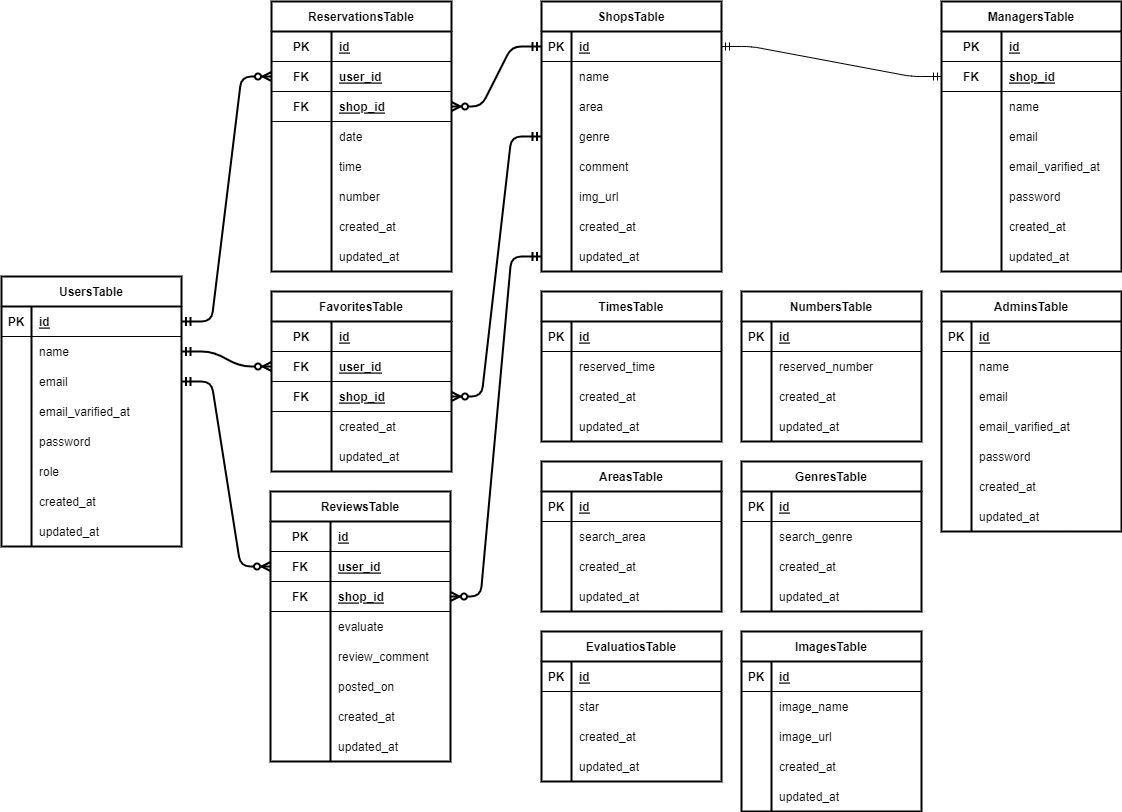
Before: rese.drawio.png, a diagram exported from draw.io (basstuba/rese). Source tidied: cells renumbered, new cells last; positions are measured from the earlier drawing's top-left corner, leaving out a move shared by most shapes.
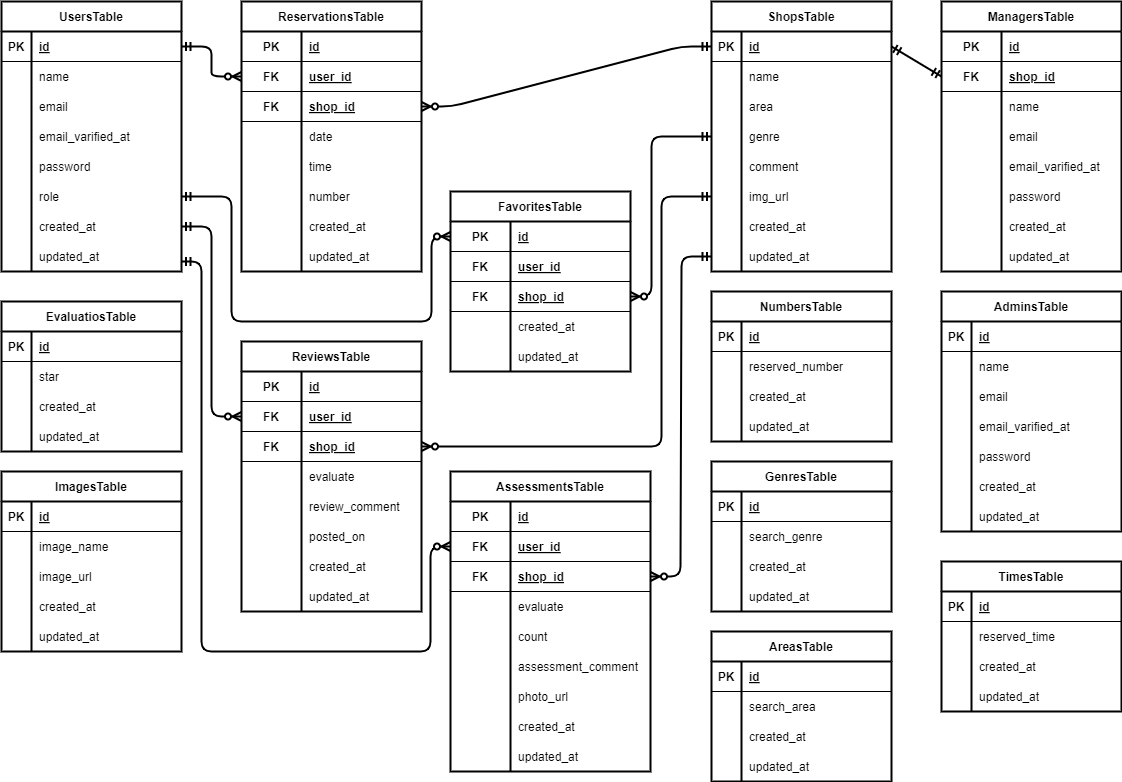
Later version of the same file.

The edit, as a diff of the source:
```diff
@@ -3,7 +3,7 @@
     <mxCell id="0" />
     <mxCell id="1" parent="0" />
     <mxCell id="2" value="ShopsTable" style="shape=table;startSize=30;rowLines=0;fontStyle=1;align=center;swimlaneFillColor=default;strokeWidth=2;" parent="1" vertex="1">
-      <mxGeometry x="540" width="180" height="270" as="geometry" />
+      <mxGeometry x="710" width="180" height="270" as="geometry" />
     </mxCell>
     <mxCell id="3" style="shape=tableRow;horizontal=0;startSize=0;swimlaneHead=0;swimlaneBody=0;fillColor=none;points=[[0,0.5],[1,0.5]];portConstraint=eastwest;top=0;left=0;right=0;bottom=1;" parent="2" vertex="1">
       <mxGeometry y="30" width="180" height="30" as="geometry" />
@@ -78,7 +78,7 @@
       <mxGeometry x="30" width="150" height="30" as="geometry" />
     </mxCell>
     <mxCell id="27" value="ReservationsTable" style="shape=table;startSize=30;rowLines=0;fontStyle=1;align=center;swimlaneFillColor=default;strokeWidth=2;" parent="1" vertex="1">
-      <mxGeometry x="270" width="180" height="270" as="geometry" />
+      <mxGeometry x="240" width="180" height="270" as="geometry" />
     </mxCell>
     <mxCell id="28" style="shape=tableRow;horizontal=0;startSize=0;swimlaneHead=0;swimlaneBody=0;fillColor=none;top=0;left=0;right=0;bottom=1;" parent="27" vertex="1">
       <mxGeometry y="30" width="180" height="30" as="geometry" />
@@ -153,7 +153,7 @@
       <mxGeometry x="60" width="120" height="30" as="geometry" />
     </mxCell>
     <mxCell id="52" value="UsersTable" style="shape=table;startSize=30;rowLines=0;fontStyle=1;align=center;swimlaneFillColor=default;strokeWidth=2;" parent="1" vertex="1">
-      <mxGeometry y="275" width="180" height="270" as="geometry" />
+      <mxGeometry width="180" height="270" as="geometry" />
     </mxCell>
     <mxCell id="53" style="shape=tableRow;horizontal=0;startSize=0;swimlaneHead=0;swimlaneBody=0;fillColor=none;points=[[0,0.5],[1,0.5]];portConstraint=eastwest;top=0;left=0;right=0;bottom=1;" parent="52" vertex="1">
       <mxGeometry y="30" width="180" height="30" as="geometry" />
@@ -228,7 +228,7 @@
       <mxGeometry x="30" width="150" height="30" as="geometry" />
     </mxCell>
     <mxCell id="77" value="FavoritesTable" style="shape=table;startSize=30;rowLines=0;fontStyle=1;align=center;swimlaneFillColor=default;strokeWidth=2;" parent="1" vertex="1">
-      <mxGeometry x="270" y="290" width="180" height="180" as="geometry" />
+      <mxGeometry x="449" y="190" width="180" height="180" as="geometry" />
     </mxCell>
     <mxCell id="78" style="shape=tableRow;horizontal=0;startSize=0;swimlaneHead=0;swimlaneBody=0;fillColor=none;points=[[0,0.5],[1,0.5]];portConstraint=eastwest;top=0;left=0;right=0;bottom=1;" parent="77" vertex="1">
       <mxGeometry y="30" width="180" height="30" as="geometry" />
@@ -276,7 +276,7 @@
       <mxGeometry x="60" width="120" height="30" as="geometry" />
     </mxCell>
     <mxCell id="93" value="AreasTable" style="shape=table;startSize=30;rowLines=0;fontStyle=1;align=center;swimlaneFillColor=default;strokeWidth=2;" parent="1" vertex="1">
-      <mxGeometry x="540" y="460" width="180" height="150" as="geometry" />
+      <mxGeometry x="710" y="630" width="180" height="150" as="geometry" />
     </mxCell>
     <mxCell id="94" style="shape=tableRow;horizontal=0;startSize=0;swimlaneHead=0;swimlaneBody=0;fillColor=none;top=0;left=0;right=0;bottom=1;" parent="93" vertex="1">
       <mxGeometry y="30" width="180" height="30" as="geometry" />
@@ -315,7 +315,7 @@
       <mxGeometry x="30" width="150" height="30" as="geometry" />
     </mxCell>
     <mxCell id="106" value="GenresTable" style="shape=table;startSize=30;rowLines=0;fontStyle=1;align=center;swimlaneFillColor=default;strokeWidth=2;" parent="1" vertex="1">
-      <mxGeometry x="740" y="460" width="180" height="150" as="geometry" />
+      <mxGeometry x="710" y="460" width="180" height="150" as="geometry" />
     </mxCell>
     <mxCell id="107" style="shape=tableRow;horizontal=0;startSize=0;swimlaneHead=0;swimlaneBody=0;fillColor=none;top=0;left=0;right=0;bottom=1;" parent="106" vertex="1">
       <mxGeometry y="30" width="180" height="30" as="geometry" />
@@ -354,7 +354,7 @@
       <mxGeometry x="30" width="150" height="30" as="geometry" />
     </mxCell>
     <mxCell id="119" value="TimesTable" style="shape=table;startSize=30;rowLines=0;fontStyle=1;align=center;swimlaneFillColor=default;strokeWidth=2;" parent="1" vertex="1">
-      <mxGeometry x="540" y="290" width="180" height="150" as="geometry" />
+      <mxGeometry x="940" y="560" width="180" height="150" as="geometry" />
     </mxCell>
     <mxCell id="120" style="shape=tableRow;horizontal=0;startSize=0;swimlaneHead=0;swimlaneBody=0;fillColor=none;top=0;left=0;right=0;bottom=1;" parent="119" vertex="1">
       <mxGeometry y="30" width="180" height="30" as="geometry" />
@@ -393,7 +393,7 @@
       <mxGeometry x="30" width="150" height="30" as="geometry" />
     </mxCell>
     <mxCell id="132" value="NumbersTable" style="shape=table;startSize=30;rowLines=0;fontStyle=1;align=center;swimlaneFillColor=default;strokeWidth=2;" parent="1" vertex="1">
-      <mxGeometry x="740" y="290" width="180" height="150" as="geometry" />
+      <mxGeometry x="710" y="290" width="180" height="150" as="geometry" />
     </mxCell>
     <mxCell id="133" style="shape=tableRow;horizontal=0;startSize=0;swimlaneHead=0;swimlaneBody=0;fillColor=none;top=0;left=0;right=0;bottom=1;" parent="132" vertex="1">
       <mxGeometry y="30" width="180" height="30" as="geometry" />
@@ -434,17 +434,29 @@
     <mxCell id="145" style="edgeStyle=entityRelationEdgeStyle;fontSize=12;html=1;endArrow=ERzeroToMany;startArrow=ERmandOne;fontFamily=Helvetica;fontColor=default;startSize=6;entryX=0;entryY=0.5;entryDx=0;entryDy=0;strokeWidth=2;exitX=1;exitY=0.5;exitDx=0;exitDy=0;" parent="1" edge="1" source="53" target="31">
       <mxGeometry relative="1" as="geometry" />
     </mxCell>
-    <mxCell id="146" style="fontSize=12;html=1;endArrow=ERzeroToMany;startArrow=ERmandOne;fontFamily=Helvetica;fontColor=default;startSize=6;entryX=0;entryY=0.5;entryDx=0;entryDy=0;fontStyle=0;startFill=0;strokeWidth=2;edgeStyle=entityRelationEdgeStyle;exitX=1;exitY=0.5;exitDx=0;exitDy=0;" parent="1" edge="1" source="56" target="81">
-      <mxGeometry relative="1" as="geometry" />
+    <mxCell id="146" style="fontSize=12;html=1;endArrow=ERzeroToMany;startArrow=ERmandOne;fontFamily=Helvetica;fontColor=default;startSize=6;fontStyle=0;startFill=0;strokeWidth=2;edgeStyle=orthogonalEdgeStyle;exitX=1;exitY=0.5;exitDx=0;exitDy=0;elbow=vertical;entryX=0;entryY=0.5;entryDx=0;entryDy=0;" parent="1" edge="1" source="68" target="78">
+      <mxGeometry relative="1" as="geometry">
+        <Array as="points">
+          <mxPoint x="230" y="195" />
+          <mxPoint x="230" y="320" />
+          <mxPoint x="430" y="320" />
+          <mxPoint x="430" y="235" />
+        </Array>
+      </mxGeometry>
     </mxCell>
     <mxCell id="147" style="fontSize=12;html=1;endArrow=ERzeroToMany;startArrow=ERmandOne;strokeWidth=2;fontFamily=Helvetica;fontColor=default;startSize=6;entryX=1;entryY=0.5;entryDx=0;entryDy=0;exitX=0;exitY=0.5;exitDx=0;exitDy=0;edgeStyle=entityRelationEdgeStyle;" parent="1" edge="1" source="3" target="34">
       <mxGeometry relative="1" as="geometry" />
     </mxCell>
-    <mxCell id="148" style="fontSize=12;html=1;endArrow=ERzeroToMany;startArrow=ERmandOne;strokeWidth=2;fontFamily=Helvetica;fontColor=default;startSize=6;exitX=0;exitY=0.5;exitDx=0;exitDy=0;entryX=1;entryY=0.5;entryDx=0;entryDy=0;edgeStyle=entityRelationEdgeStyle;" parent="1" edge="1" source="12" target="84">
-      <mxGeometry relative="1" as="geometry" />
+    <mxCell id="148" style="fontSize=12;html=1;endArrow=ERzeroToMany;startArrow=ERmandOne;strokeWidth=2;fontFamily=Helvetica;fontColor=default;startSize=6;exitX=0;exitY=0.5;exitDx=0;exitDy=0;entryX=1;entryY=0.5;entryDx=0;entryDy=0;edgeStyle=orthogonalEdgeStyle;" parent="1" edge="1" source="12" target="84">
+      <mxGeometry relative="1" as="geometry">
+        <Array as="points">
+          <mxPoint x="650" y="135" />
+          <mxPoint x="650" y="295" />
+        </Array>
+      </mxGeometry>
     </mxCell>
     <mxCell id="149" value="EvaluatiosTable" style="shape=table;startSize=30;rowLines=0;fontStyle=1;align=center;swimlaneFillColor=default;strokeWidth=2;" parent="1" vertex="1">
-      <mxGeometry x="540" y="630" width="180" height="150" as="geometry" />
+      <mxGeometry y="300" width="180" height="150" as="geometry" />
     </mxCell>
     <mxCell id="150" style="shape=tableRow;horizontal=0;startSize=0;swimlaneHead=0;swimlaneBody=0;fillColor=none;top=0;left=0;right=0;bottom=1;" parent="149" vertex="1">
       <mxGeometry y="30" width="180" height="30" as="geometry" />
@@ -483,14 +495,14 @@
       <mxGeometry x="30" width="150" height="30" as="geometry" />
     </mxCell>
     <mxCell id="162" value="ReviewsTable" style="shape=table;startSize=30;rowLines=0;fontStyle=1;align=center;swimlaneFillColor=default;strokeWidth=2;" parent="1" vertex="1">
-      <mxGeometry x="269" y="490" width="180" height="270" as="geometry" />
+      <mxGeometry x="240" y="340" width="180" height="270" as="geometry" />
     </mxCell>
     <mxCell id="163" style="shape=tableRow;horizontal=0;startSize=0;swimlaneHead=0;swimlaneBody=0;fillColor=none;top=0;left=0;right=0;bottom=1;" parent="162" vertex="1">
       <mxGeometry y="30" width="180" height="30" as="geometry" />
     </mxCell>
-    <mxCell id="164" value="PK" style="shape=partialRectangle;fillColor=none;top=0;left=0;bottom=0;right=0;fontStyle=1;overflow=hidden;" parent="163" vertex="1">
-      <mxGeometry width="60" height="30" as="geometry" />
-    </mxCell>
+    <mxCell id="253" value="PK" style="shape=partialRectangle;fillColor=none;top=0;left=0;bottom=0;right=0;fontStyle=1;overflow=hidden;" parent="163" vertex="1">
+      <mxGeometry width="60" height="30" as="geometry" />
+    </mxCell>
     <mxCell id="165" value="id" style="shape=partialRectangle;fillColor=none;top=0;left=0;bottom=0;right=0;align=left;spacingLeft=6;fontStyle=5;overflow=hidden;" parent="163" vertex="1">
       <mxGeometry x="60" width="120" height="30" as="geometry" />
     </mxCell>
@@ -557,14 +569,19 @@
     <mxCell id="186" value="updated_at" style="shape=partialRectangle;fillColor=none;top=0;left=0;bottom=0;right=0;align=left;spacingLeft=6;fontStyle=0;overflow=hidden;" parent="184" vertex="1">
       <mxGeometry x="60" width="120" height="30" as="geometry" />
     </mxCell>
-    <mxCell id="187" style="edgeStyle=entityRelationEdgeStyle;fontSize=12;html=1;endArrow=ERzeroToMany;startArrow=ERmandOne;exitX=1;exitY=0.5;exitDx=0;exitDy=0;entryX=0;entryY=0.5;entryDx=0;entryDy=0;strokeWidth=2;" parent="1" edge="1" source="59" target="166">
+    <mxCell id="187" style="edgeStyle=entityRelationEdgeStyle;fontSize=12;html=1;endArrow=ERzeroToMany;startArrow=ERmandOne;exitX=1;exitY=0.5;exitDx=0;exitDy=0;entryX=0;entryY=0.5;entryDx=0;entryDy=0;strokeWidth=2;" parent="1" edge="1" source="71" target="166">
       <mxGeometry relative="1" as="geometry" />
     </mxCell>
-    <mxCell id="188" style="fontSize=12;html=1;endArrow=ERzeroToMany;startArrow=ERmandOne;strokeWidth=2;exitX=0;exitY=0.5;exitDx=0;exitDy=0;entryX=1;entryY=0.5;entryDx=0;entryDy=0;edgeStyle=entityRelationEdgeStyle;" parent="1" edge="1" source="24" target="169">
-      <mxGeometry relative="1" as="geometry" />
+    <mxCell id="188" style="fontSize=12;html=1;endArrow=ERzeroToMany;startArrow=ERmandOne;strokeWidth=2;exitX=0;exitY=0.5;exitDx=0;exitDy=0;edgeStyle=orthogonalEdgeStyle;entryX=1;entryY=0.5;entryDx=0;entryDy=0;" parent="1" edge="1" source="18" target="169">
+      <mxGeometry relative="1" as="geometry">
+        <Array as="points">
+          <mxPoint x="660" y="195" />
+          <mxPoint x="660" y="445" />
+        </Array>
+      </mxGeometry>
     </mxCell>
     <mxCell id="189" value="ImagesTable" style="shape=table;startSize=30;rowLines=0;fontStyle=1;align=center;swimlaneFillColor=default;strokeWidth=2;" parent="1" vertex="1">
-      <mxGeometry x="740" y="630" width="180" height="180" as="geometry" />
+      <mxGeometry y="470" width="180" height="180" as="geometry" />
     </mxCell>
     <mxCell id="190" style="shape=tableRow;horizontal=0;startSize=0;swimlaneHead=0;swimlaneBody=0;fillColor=none;top=0;left=0;right=0;bottom=1;" parent="189" vertex="1">
       <mxGeometry y="30" width="180" height="30" as="geometry" />
@@ -752,8 +769,106 @@
     <mxCell id="251" value="updated_at" style="shape=partialRectangle;fillColor=none;top=0;left=0;bottom=0;right=0;align=left;spacingLeft=6;fontStyle=0;overflow=hidden;" parent="249" vertex="1">
       <mxGeometry x="60" width="120" height="30" as="geometry" />
     </mxCell>
-    <mxCell id="252" style="edgeStyle=entityRelationEdgeStyle;fontSize=12;html=1;endArrow=ERmandOne;startArrow=ERmandOne;entryX=0;entryY=0.5;entryDx=0;entryDy=0;exitX=1;exitY=0.5;exitDx=0;exitDy=0;" parent="1" edge="1" source="3" target="231">
+    <mxCell id="252" style="fontSize=12;html=1;endArrow=ERmandOne;startArrow=ERmandOne;entryX=0;entryY=0.5;entryDx=0;entryDy=0;exitX=1;exitY=0.5;exitDx=0;exitDy=0;strokeWidth=2;" parent="1" edge="1" source="3" target="231">
       <mxGeometry relative="1" as="geometry" />
     </mxCell>
+    <mxCell id="254" value="AssessmentsTable" style="shape=table;startSize=30;rowLines=0;fontStyle=1;align=center;swimlaneFillColor=default;strokeWidth=2;" parent="1" vertex="1">
+      <mxGeometry x="449" y="470" width="200" height="300" as="geometry" />
+    </mxCell>
+    <mxCell id="255" style="shape=tableRow;horizontal=0;startSize=0;swimlaneHead=0;swimlaneBody=0;fillColor=none;top=0;left=0;right=0;bottom=1;" parent="254" vertex="1">
+      <mxGeometry y="30" width="200" height="30" as="geometry" />
+    </mxCell>
+    <mxCell id="256" value="PK" style="shape=partialRectangle;fillColor=none;top=0;left=0;bottom=0;right=0;fontStyle=1;overflow=hidden;" parent="255" vertex="1">
+      <mxGeometry width="60" height="30" as="geometry" />
+    </mxCell>
+    <mxCell id="257" value="id" style="shape=partialRectangle;fillColor=none;top=0;left=0;bottom=0;right=0;align=left;spacingLeft=6;fontStyle=5;overflow=hidden;" parent="255" vertex="1">
+      <mxGeometry x="60" width="140" height="30" as="geometry" />
+    </mxCell>
+    <mxCell id="258" style="shape=tableRow;horizontal=0;startSize=0;swimlaneHead=0;swimlaneBody=0;fillColor=none;points=[[0,0.5],[1,0.5]];portConstraint=eastwest;top=0;left=0;right=0;bottom=1;" parent="254" vertex="1">
+      <mxGeometry y="60" width="200" height="30" as="geometry" />
+    </mxCell>
+    <mxCell id="259" value="FK" style="shape=partialRectangle;fillColor=none;top=0;left=0;bottom=0;right=0;fontStyle=1;overflow=hidden;" parent="258" vertex="1">
+      <mxGeometry width="60" height="30" as="geometry" />
+    </mxCell>
+    <mxCell id="260" value="user_id" style="shape=partialRectangle;fillColor=none;top=0;left=0;bottom=0;right=0;align=left;spacingLeft=6;fontStyle=5;overflow=hidden;" parent="258" vertex="1">
+      <mxGeometry x="60" width="140" height="30" as="geometry" />
+    </mxCell>
+    <mxCell id="261" style="shape=tableRow;horizontal=0;startSize=0;swimlaneHead=0;swimlaneBody=0;fillColor=none;points=[[0,0.5],[1,0.5]];portConstraint=eastwest;top=0;left=0;right=0;bottom=1;" parent="254" vertex="1">
+      <mxGeometry y="90" width="200" height="30" as="geometry" />
+    </mxCell>
+    <mxCell id="262" value="FK" style="shape=partialRectangle;fillColor=none;top=0;left=0;bottom=0;right=0;fontStyle=1;overflow=hidden;" parent="261" vertex="1">
+      <mxGeometry width="60" height="30" as="geometry" />
+    </mxCell>
+    <mxCell id="263" value="shop_id" style="shape=partialRectangle;fillColor=none;top=0;left=0;bottom=0;right=0;align=left;spacingLeft=6;fontStyle=5;overflow=hidden;" parent="261" vertex="1">
+      <mxGeometry x="60" width="140" height="30" as="geometry" />
+    </mxCell>
+    <mxCell id="264" style="shape=tableRow;horizontal=0;startSize=0;swimlaneHead=0;swimlaneBody=0;fillColor=none;top=0;left=0;right=0;bottom=0;" parent="254" vertex="1">
+      <mxGeometry y="120" width="200" height="30" as="geometry" />
+    </mxCell>
+    <mxCell id="265" style="shape=partialRectangle;fillColor=none;top=0;left=0;bottom=0;right=0;overflow=hidden;" parent="264" vertex="1">
+      <mxGeometry width="60" height="30" as="geometry" />
+    </mxCell>
+    <mxCell id="266" value="evaluate" style="shape=partialRectangle;fillColor=none;top=0;left=0;bottom=0;right=0;align=left;spacingLeft=6;overflow=hidden;" parent="264" vertex="1">
+      <mxGeometry x="60" width="140" height="30" as="geometry" />
+    </mxCell>
+    <mxCell id="267" style="shape=tableRow;horizontal=0;startSize=0;swimlaneHead=0;swimlaneBody=0;fillColor=none;top=0;left=0;right=0;bottom=0;" parent="254" vertex="1">
+      <mxGeometry y="150" width="200" height="30" as="geometry" />
+    </mxCell>
+    <mxCell id="268" style="shape=partialRectangle;fillColor=none;top=0;left=0;bottom=0;right=0;overflow=hidden;" parent="267" vertex="1">
+      <mxGeometry width="60" height="30" as="geometry" />
+    </mxCell>
+    <mxCell id="269" value="count" style="shape=partialRectangle;fillColor=none;top=0;left=0;bottom=0;right=0;align=left;spacingLeft=6;overflow=hidden;" parent="267" vertex="1">
+      <mxGeometry x="60" width="140" height="30" as="geometry" />
+    </mxCell>
+    <mxCell id="270" style="shape=tableRow;horizontal=0;startSize=0;swimlaneHead=0;swimlaneBody=0;fillColor=none;top=0;left=0;right=0;bottom=0;" parent="254" vertex="1">
+      <mxGeometry y="180" width="200" height="30" as="geometry" />
+    </mxCell>
+    <mxCell id="271" style="shape=partialRectangle;fillColor=none;top=0;left=0;bottom=0;right=0;overflow=hidden;" parent="270" vertex="1">
+      <mxGeometry width="60" height="30" as="geometry" />
+    </mxCell>
+    <mxCell id="272" value="assessment_comment" style="shape=partialRectangle;fillColor=none;top=0;left=0;bottom=0;right=0;align=left;spacingLeft=6;overflow=hidden;" parent="270" vertex="1">
+      <mxGeometry x="60" width="140" height="30" as="geometry" />
+    </mxCell>
+    <mxCell id="273" style="shape=tableRow;horizontal=0;startSize=0;swimlaneHead=0;swimlaneBody=0;fillColor=none;top=0;left=0;right=0;bottom=0;" parent="254" vertex="1">
+      <mxGeometry y="210" width="200" height="30" as="geometry" />
+    </mxCell>
+    <mxCell id="274" style="shape=partialRectangle;fillColor=none;top=0;left=0;bottom=0;right=0;overflow=hidden;" parent="273" vertex="1">
+      <mxGeometry width="60" height="30" as="geometry" />
+    </mxCell>
+    <mxCell id="275" value="photo_url" style="shape=partialRectangle;fillColor=none;top=0;left=0;bottom=0;right=0;align=left;spacingLeft=6;overflow=hidden;" parent="273" vertex="1">
+      <mxGeometry x="60" width="140" height="30" as="geometry" />
+    </mxCell>
+    <mxCell id="276" style="shape=tableRow;horizontal=0;startSize=0;swimlaneHead=0;swimlaneBody=0;fillColor=none;top=0;left=0;right=0;bottom=0;" parent="254" vertex="1">
+      <mxGeometry y="240" width="200" height="30" as="geometry" />
+    </mxCell>
+    <mxCell id="277" style="shape=partialRectangle;fillColor=none;top=0;left=0;bottom=0;right=0;overflow=hidden;" parent="276" vertex="1">
+      <mxGeometry width="60" height="30" as="geometry" />
+    </mxCell>
+    <mxCell id="278" value="created_at" style="shape=partialRectangle;fillColor=none;top=0;left=0;bottom=0;right=0;align=left;spacingLeft=6;overflow=hidden;" parent="276" vertex="1">
+      <mxGeometry x="60" width="140" height="30" as="geometry" />
+    </mxCell>
+    <mxCell id="279" style="shape=tableRow;horizontal=0;startSize=0;swimlaneHead=0;swimlaneBody=0;fillColor=none;top=0;left=0;right=0;bottom=1;" parent="254" vertex="1">
+      <mxGeometry y="270" width="200" height="30" as="geometry" />
+    </mxCell>
+    <mxCell id="280" style="shape=partialRectangle;fillColor=none;top=0;left=0;bottom=0;right=0;fontStyle=1;overflow=hidden;" parent="279" vertex="1">
+      <mxGeometry width="60" height="30" as="geometry" />
+    </mxCell>
+    <mxCell id="281" value="updated_at" style="shape=partialRectangle;fillColor=none;top=0;left=0;bottom=0;right=0;align=left;spacingLeft=6;fontStyle=0;overflow=hidden;" parent="279" vertex="1">
+      <mxGeometry x="60" width="140" height="30" as="geometry" />
+    </mxCell>
+    <mxCell id="282" style="edgeStyle=orthogonalEdgeStyle;fontSize=12;html=1;endArrow=ERzeroToMany;startArrow=ERmandOne;strokeWidth=2;elbow=vertical;entryX=0;entryY=0.5;entryDx=0;entryDy=0;" parent="1" edge="1" target="258">
+      <mxGeometry relative="1" as="geometry">
+        <mxPoint x="180" y="260" as="sourcePoint" />
+        <Array as="points">
+          <mxPoint x="200" y="260" />
+          <mxPoint x="200" y="650" />
+          <mxPoint x="429" y="650" />
+          <mxPoint x="429" y="545" />
+        </Array>
+      </mxGeometry>
+    </mxCell>
+    <mxCell id="283" style="edgeStyle=entityRelationEdgeStyle;fontSize=12;html=1;endArrow=ERzeroToMany;startArrow=ERmandOne;strokeWidth=2;elbow=vertical;exitX=0;exitY=0.5;exitDx=0;exitDy=0;entryX=1;entryY=0.5;entryDx=0;entryDy=0;" parent="1" edge="1" source="24" target="261">
+      <mxGeometry relative="1" as="geometry" />
+    </mxCell>
   </root>
 </mxGraphModel>
```
